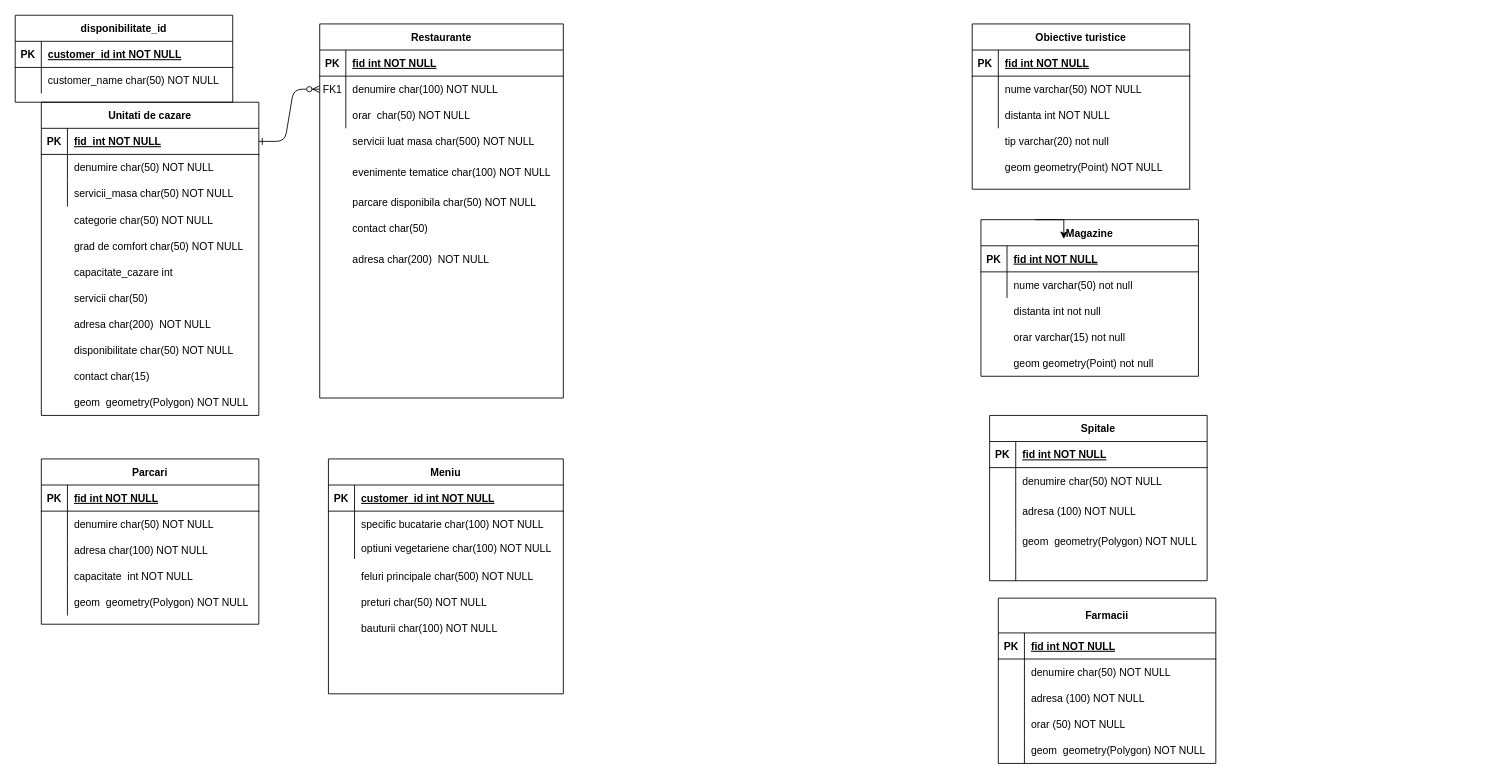
Before: statiune_turistica.drawio in RalucaDB/statiune_turistica, a draw.io diagram. Source tidied: cells renumbered, new cells numbered last; positions are measured from the earlier drawing's top-left corner, leaving out a move shared by most shapes. Both pictures are drawn from the tidied source at 87%, with x=0, y=0 at pixel (15, 15).
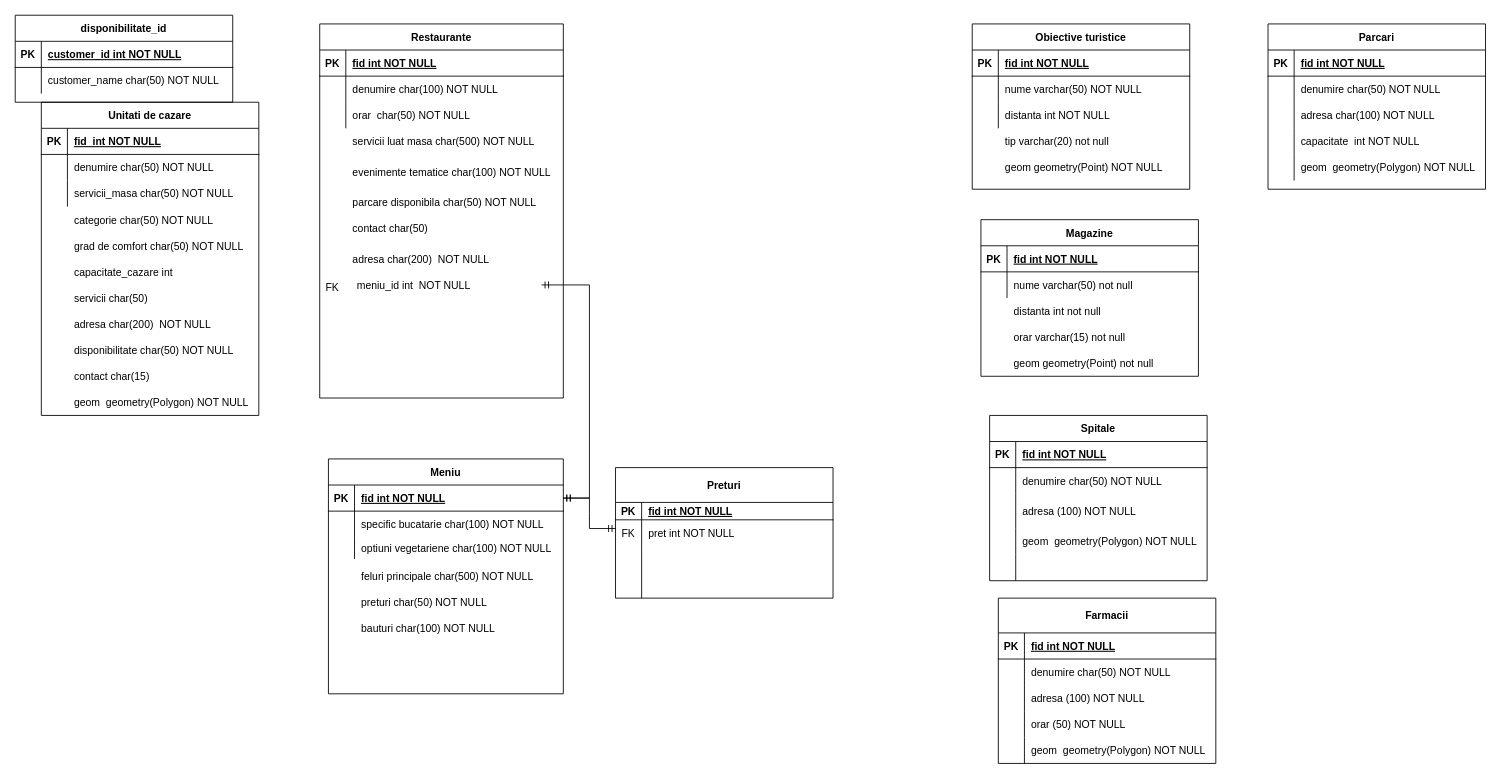
Above is the later version.

Unchanged cells that the change refers to:
```xml
<mxCell id="7" style="shape=partialRectangle;fillColor=none;points=[[0,0.5],[1,0.5]];portConstraint=eastwest;top=0;left=0;right=0;bottom=0;" parent="3" vertex="1">
  <mxGeometry y="60" width="280" height="30" as="geometry" />
</mxCell>
<mxCell id="24" style="shape=partialRectangle;fillColor=none;points=[[0,0.5],[1,0.5]];portConstraint=eastwest;top=0;left=0;right=0;bottom=1;" parent="23" vertex="1">
  <mxGeometry y="30" width="250" height="30" as="geometry" />
</mxCell>
<mxCell id="49" value="Magazine" style="shape=table;startSize=30;childLayout=tableLayout;rowLines=0;fontStyle=1;align=center;" parent="1" vertex="1">
  <mxGeometry x="1110" y="235" width="250" height="180" as="geometry" />
</mxCell>
<mxCell id="50" style="shape=partialRectangle;fillColor=none;points=[[0,0.5],[1,0.5]];portConstraint=eastwest;top=0;left=0;right=0;bottom=1;" parent="49" vertex="1">
  <mxGeometry y="30" width="250" height="30" as="geometry" />
</mxCell>
<mxCell id="74" style="shape=partialRectangle;fillColor=none;points=[[0,0.5],[1,0.5]];portConstraint=eastwest;top=0;left=0;right=0;bottom=1;" parent="73" vertex="1">
  <mxGeometry y="30" width="270" height="30" as="geometry" />
</mxCell>
```

What changed in the source:
```diff
@@
-    <mxCell id="2" style="edgeStyle=entityRelationEdgeStyle;endArrow=ERzeroToMany;startArrow=ERone;endFill=1;startFill=0;" parent="1" edge="1" source="24" target="7">
-      <mxGeometry relative="1" as="geometry" />
-    </mxCell>
@@
-    <mxCell id="8" value="FK1" style="shape=partialRectangle;overflow=hidden;fillColor=none;top=0;left=0;bottom=0;right=0;" parent="7" vertex="1">
+    <mxCell id="8" style="shape=partialRectangle;overflow=hidden;fillColor=none;top=0;left=0;bottom=0;right=0;" parent="7" vertex="1">
       <mxGeometry width="30" height="30" as="geometry" />
     </mxCell>
@@
-    <mxCell id="56" style="edgeStyle=orthogonalEdgeStyle;rounded=0;jettySize=auto;html=1;exitX=0.25;exitY=0;exitDx=0;exitDy=0;entryX=0.381;entryY=-0.26;entryDx=0;entryDy=0;entryPerimeter=0;" parent="49" edge="1" source="49" target="50">
-      <mxGeometry relative="1" as="geometry" />
-    </mxCell>
     <mxCell id="57" value="Parcari" style="shape=table;startSize=30;childLayout=tableLayout;rowLines=0;fontStyle=1;align=center;" parent="1" vertex="1">
-      <mxGeometry x="30" y="510" width="250" height="190" as="geometry" />
+      <mxGeometry x="1440" y="10" width="250" height="190" as="geometry" />
     </mxCell>
@@
-    <mxCell id="76" value="customer_id int NOT NULL " style="shape=partialRectangle;overflow=hidden;fillColor=none;top=0;left=0;bottom=0;right=0;align=left;spacingLeft=6;fontStyle=5;" parent="74" vertex="1">
+    <mxCell id="76" value="fid int NOT NULL " style="shape=partialRectangle;overflow=hidden;fillColor=none;top=0;left=0;bottom=0;right=0;align=left;spacingLeft=6;fontStyle=5;" parent="74" vertex="1">
       <mxGeometry x="30" width="240" height="30" as="geometry" />
     </mxCell>
@@
     <mxCell id="99" value="geom  geometry(Polygon) NOT NULL" style="shape=partialRectangle;overflow=hidden;fillColor=none;top=0;left=0;bottom=0;right=0;align=left;spacingLeft=6;" parent="1" vertex="1">
-      <mxGeometry x="60" y="660" width="220" height="30" as="geometry" />
+      <mxGeometry x="1470" y="160" width="220" height="30" as="geometry" />
     </mxCell>
@@
-    <mxCell id="134" value="bauturii char(100) NOT NULL" style="shape=partialRectangle;overflow=hidden;fillColor=none;top=0;left=0;bottom=0;right=0;align=left;spacingLeft=6;" parent="1" vertex="1">
+    <mxCell id="134" value="bauturi char(100) NOT NULL" style="shape=partialRectangle;overflow=hidden;fillColor=none;top=0;left=0;bottom=0;right=0;align=left;spacingLeft=6;" parent="1" vertex="1">
       <mxGeometry x="390" y="690" width="220" height="30" as="geometry" />
     </mxCell>
@@
+    <mxCell id="138" value="Preturi" style="shape=table;startSize=40;childLayout=tableLayout;rowLines=0;fontStyle=1;align=center;" parent="1" vertex="1">
+      <mxGeometry x="690" y="520" width="250" height="150" as="geometry" />
+    </mxCell>
+    <mxCell id="139" style="shape=partialRectangle;fillColor=none;top=0;left=0;right=0;bottom=1;" parent="138" vertex="1">
+      <mxGeometry y="40" width="250" height="20" as="geometry" />
+    </mxCell>
+    <mxCell id="140" value="PK" style="shape=partialRectangle;overflow=hidden;fillColor=none;top=0;left=0;bottom=0;right=0;fontStyle=1;" parent="139" vertex="1">
+      <mxGeometry width="30" height="20" as="geometry" />
+    </mxCell>
+    <mxCell id="141" value="fid int NOT NULL " style="shape=partialRectangle;overflow=hidden;fillColor=none;top=0;left=0;bottom=0;right=0;align=left;spacingLeft=6;fontStyle=5;" parent="139" vertex="1">
+      <mxGeometry x="30" width="220" height="20" as="geometry" />
+    </mxCell>
+    <mxCell id="142" style="shape=partialRectangle;fillColor=none;top=0;left=0;right=0;bottom=0;" parent="138" vertex="1">
+      <mxGeometry y="60" width="250" height="30" as="geometry" />
+    </mxCell>
+    <mxCell id="143" value="FK" style="shape=partialRectangle;overflow=hidden;fillColor=none;top=0;left=0;bottom=0;right=0;" parent="142" vertex="1">
+      <mxGeometry width="30" height="30" as="geometry" />
+    </mxCell>
+    <mxCell id="144" value="pret int NOT NULL" style="shape=partialRectangle;overflow=hidden;fillColor=none;top=0;left=0;bottom=0;right=0;align=left;spacingLeft=6;" parent="142" vertex="1">
+      <mxGeometry x="30" width="220" height="30" as="geometry" />
+    </mxCell>
+    <mxCell id="145" style="shape=partialRectangle;fillColor=none;top=0;left=0;right=0;bottom=0;" parent="138" vertex="1">
+      <mxGeometry y="90" width="250" height="30" as="geometry" />
+    </mxCell>
+    <mxCell id="146" style="shape=partialRectangle;overflow=hidden;fillColor=none;top=0;left=0;bottom=0;right=0;" parent="145" vertex="1">
+      <mxGeometry width="30" height="30" as="geometry" />
+    </mxCell>
+    <mxCell id="147" style="shape=partialRectangle;overflow=hidden;fillColor=none;top=0;left=0;bottom=0;right=0;align=left;spacingLeft=6;" parent="145" vertex="1">
+      <mxGeometry x="30" width="220" height="30" as="geometry" />
+    </mxCell>
+    <mxCell id="148" style="shape=partialRectangle;fillColor=none;top=0;left=0;right=0;bottom=0;" parent="138" vertex="1">
+      <mxGeometry y="120" width="250" height="30" as="geometry" />
+    </mxCell>
+    <mxCell id="149" style="shape=partialRectangle;overflow=hidden;fillColor=none;top=0;left=0;bottom=0;right=0;" parent="148" vertex="1">
+      <mxGeometry width="30" height="30" as="geometry" />
+    </mxCell>
+    <mxCell id="150" style="shape=partialRectangle;overflow=hidden;fillColor=none;top=0;left=0;bottom=0;right=0;align=left;spacingLeft=6;" parent="148" vertex="1">
+      <mxGeometry x="30" width="220" height="30" as="geometry" />
+    </mxCell>
+    <mxCell id="151" style="edgeStyle=entityRelationEdgeStyle;fontSize=12;html=1;endArrow=ERmandOne;startArrow=ERmandOne;rounded=0;exitX=1;exitY=0.5;exitDx=0;exitDy=0;" parent="1" edge="1" source="74">
+      <mxGeometry relative="1" as="geometry">
+        <mxPoint x="690" y="590" as="targetPoint" />
+      </mxGeometry>
+    </mxCell>
+    <mxCell id="152" style="edgeStyle=entityRelationEdgeStyle;fontSize=12;html=1;endArrow=ERmandOne;startArrow=ERmandOne;rounded=0;" parent="1" edge="1" source="74" target="153">
+      <mxGeometry relative="1" as="geometry" />
+    </mxCell>
+    <mxCell id="153" value="meniu_id int  NOT NULL" style="shape=partialRectangle;overflow=hidden;fillColor=none;top=0;left=0;bottom=0;right=0;align=left;spacingLeft=6;" parent="1" vertex="1">
+      <mxGeometry x="385" y="295" width="220" height="30" as="geometry" />
+    </mxCell>
+    <mxCell id="154" value="FK" style="text;whiteSpace=wrap;html=1;" parent="1" vertex="1">
+      <mxGeometry x="355" y="300" width="30" height="20" as="geometry" />
+    </mxCell>
```
